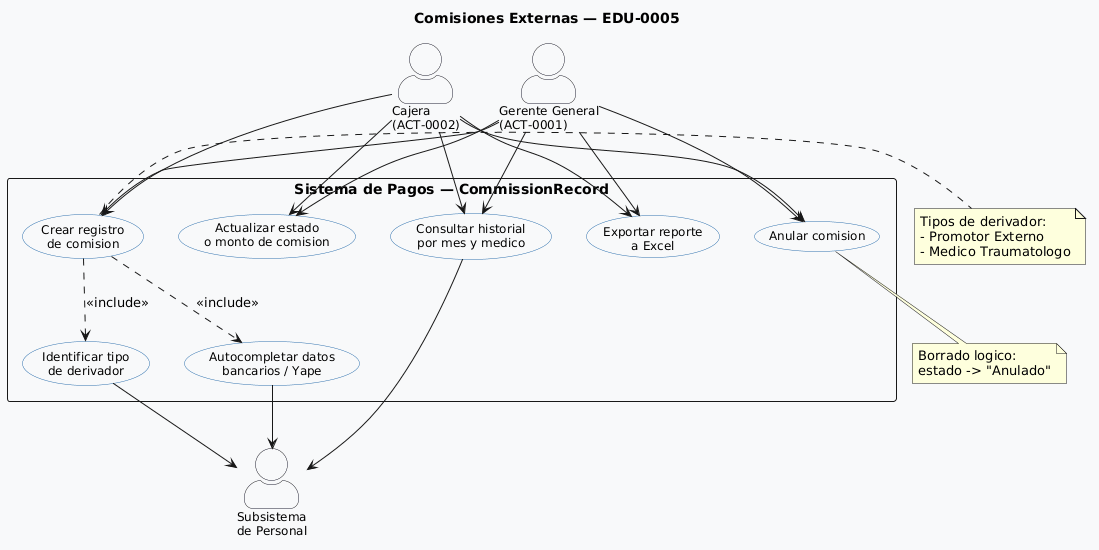
Earlier version of the PlantUML export services/payments/diagrama de casos de uso/uc-03-comisiones-externas.png (KODA-pe/architecture-docs). Source of this version:
```plantuml
@startuml
skinparam actorStyle awesome
skinparam backgroundColor #F8F9FA
skinparam usecase {
  BackgroundColor #FFFFFF
  BorderColor #2C6FAD
  FontSize 12
}
skinparam actor {
  BackgroundColor #FFFFFF
  BorderColor #1A1A2E
  FontSize 12
}
skinparam packageStyle rectangle
skinparam defaultFontName Arial

title Comisiones Externas — EDU-0005

actor "Cajera\n(ACT-0002)" as CAJ
actor "Gerente General\n(ACT-0001)" as GER
actor "Subsistema\nde Personal" as PER

rectangle "Sistema de Pagos — CommissionRecord" {
  usecase "Crear registro\nde comision" as UC1
  usecase "Consultar historial\npor mes y medico" as UC2
  usecase "Exportar reporte\na Excel" as UC3
  usecase "Actualizar estado\no monto de comision" as UC4
  usecase "Anular comision" as UC5

  usecase "Identificar tipo\nde derivador" as INC1
  usecase "Autocompletar datos\nbancarios / Yape" as INC2
}

CAJ --> UC1
CAJ --> UC2
CAJ --> UC3
CAJ --> UC4
CAJ --> UC5

GER --> UC1
GER --> UC2
GER --> UC3
GER --> UC4
GER --> UC5

UC1 ..> INC1 : <<include>>
UC1 ..> INC2 : <<include>>

INC1 --> PER
INC2 --> PER
UC2 --> PER

note right of UC1
  Tipos de derivador:
  - Promotor Externo
  - Medico Traumatologo
end note

note bottom of UC5
  Borrado logico:
  estado -> "Anulado"
end note
@enduml
```
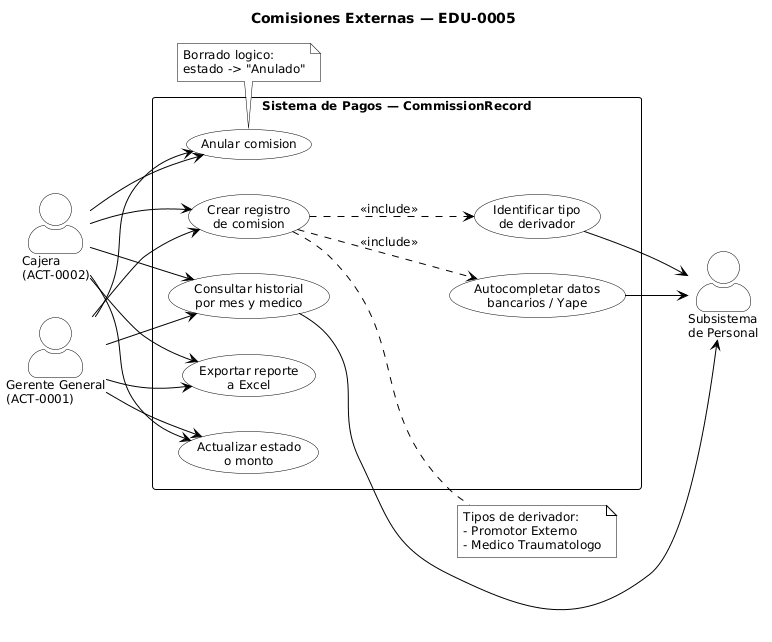
The same diagram one commit later.

What changed in the source:
```diff
@@ -1,20 +1,35 @@
 @startuml
+skinparam monochrome true
 skinparam actorStyle awesome
-skinparam backgroundColor #F8F9FA
+skinparam backgroundColor white
+skinparam defaultFontName Arial
+skinparam defaultFontSize 12
+skinparam shadowing false
 skinparam usecase {
-  BackgroundColor #FFFFFF
-  BorderColor #2C6FAD
-  FontSize 12
+  BackgroundColor white
+  BorderColor black
+  FontColor black
 }
 skinparam actor {
-  BackgroundColor #FFFFFF
-  BorderColor #1A1A2E
-  FontSize 12
+  BackgroundColor white
+  BorderColor black
+  FontColor black
 }
-skinparam packageStyle rectangle
-skinparam defaultFontName Arial
+skinparam note {
+  BackgroundColor white
+  BorderColor black
+  FontColor black
+}
+skinparam rectangle {
+  BorderColor black
+  FontColor black
+  BackgroundColor white
+}
+skinparam ArrowColor black
 
 title Comisiones Externas — EDU-0005
+
+left to right direction
 
 actor "Cajera\n(ACT-0002)" as CAJ
 actor "Gerente General\n(ACT-0001)" as GER
@@ -24,7 +39,7 @@
   usecase "Crear registro\nde comision" as UC1
   usecase "Consultar historial\npor mes y medico" as UC2
   usecase "Exportar reporte\na Excel" as UC3
-  usecase "Actualizar estado\no monto de comision" as UC4
+  usecase "Actualizar estado\no monto" as UC4
   usecase "Anular comision" as UC5
 
   usecase "Identificar tipo\nde derivador" as INC1
```
